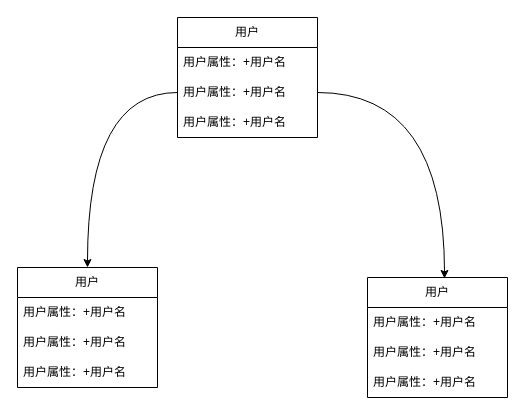
Before: 类图.drawio in qianjuanbing/draw, a draw.io diagram. Source tidied: cells renumbered, new cells numbered last; positions are measured from the earlier drawing's top-left corner, leaving out a move shared by most shapes. Both pictures are drawn from the tidied source at 100%, with x=0, y=0 at pixel (17, 17).
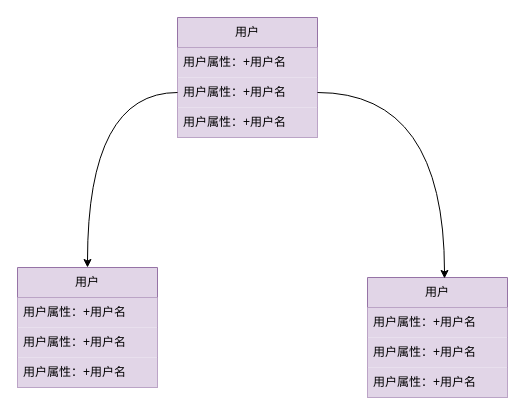
After the change.

What changed in the source:
```diff
@@
 <mxGraphModel>
   <root>
     <mxCell id="0" />
     <mxCell id="1" parent="0" />
-    <mxCell id="2" value="用户" style="swimlane;fontStyle=0;horizontal=1;startSize=30;whiteSpace=wrap;html=1;" parent="1" vertex="1">
+    <mxCell id="2" value="用户" style="swimlane;fontStyle=0;horizontal=1;startSize=30;whiteSpace=wrap;html=1;fillColor=#e1d5e7;strokeColor=#9673a6;" parent="1" vertex="1">
       <mxGeometry x="160" width="140" height="120" as="geometry" />
     </mxCell>
-    <mxCell id="3" value="用户属性：+用户名" style="text;strokeColor=none;fillColor=none;align=left;verticalAlign=middle;spacingLeft=4;spacingRight=4;overflow=hidden;whiteSpace=wrap;html=1;" parent="2" vertex="1">
+    <mxCell id="3" value="用户属性：+用户名" style="text;strokeColor=none;fillColor=#e1d5e7;align=left;verticalAlign=middle;spacingLeft=4;spacingRight=4;overflow=hidden;whiteSpace=wrap;html=1;" parent="2" vertex="1">
       <mxGeometry y="30" width="140" height="30" as="geometry" />
     </mxCell>
-    <mxCell id="4" value="用户属性：+用户名" style="text;strokeColor=none;fillColor=none;align=left;verticalAlign=middle;spacingLeft=4;spacingRight=4;overflow=hidden;points=[[0,0.5],[1,0.5]];portConstraint=eastwest;whiteSpace=wrap;html=1;" parent="2" vertex="1">
+    <mxCell id="4" value="用户属性：+用户名" style="text;strokeColor=none;fillColor=#e1d5e7;align=left;verticalAlign=middle;spacingLeft=4;spacingRight=4;overflow=hidden;points=[[0,0.5],[1,0.5]];portConstraint=eastwest;whiteSpace=wrap;html=1;" parent="2" vertex="1">
       <mxGeometry y="60" width="140" height="30" as="geometry" />
     </mxCell>
-    <mxCell id="5" value="用户属性：+用户名" style="text;strokeColor=none;fillColor=none;align=left;verticalAlign=middle;spacingLeft=4;spacingRight=4;overflow=hidden;whiteSpace=wrap;html=1;" parent="2" vertex="1">
+    <mxCell id="5" value="用户属性：+用户名" style="text;strokeColor=none;fillColor=#e1d5e7;align=left;verticalAlign=middle;spacingLeft=4;spacingRight=4;overflow=hidden;whiteSpace=wrap;html=1;" parent="2" vertex="1">
       <mxGeometry y="90" width="140" height="30" as="geometry" />
     </mxCell>
-    <mxCell id="6" value="用户" style="swimlane;fontStyle=0;horizontal=1;startSize=30;whiteSpace=wrap;html=1;" parent="1" vertex="1">
+    <mxCell id="6" value="用户" style="swimlane;fontStyle=0;horizontal=1;startSize=30;whiteSpace=wrap;html=1;fillColor=#e1d5e7;strokeColor=#9673a6;" parent="1" vertex="1">
       <mxGeometry y="250" width="140" height="120" as="geometry" />
     </mxCell>
-    <mxCell id="7" value="用户属性：+用户名" style="text;strokeColor=none;fillColor=none;align=left;verticalAlign=middle;spacingLeft=4;spacingRight=4;overflow=hidden;whiteSpace=wrap;html=1;" parent="6" vertex="1">
+    <mxCell id="7" value="用户属性：+用户名" style="text;strokeColor=none;fillColor=#e1d5e7;align=left;verticalAlign=middle;spacingLeft=4;spacingRight=4;overflow=hidden;whiteSpace=wrap;html=1;" parent="6" vertex="1">
       <mxGeometry y="30" width="140" height="30" as="geometry" />
     </mxCell>
-    <mxCell id="8" value="用户属性：+用户名" style="text;strokeColor=none;fillColor=none;align=left;verticalAlign=middle;spacingLeft=4;spacingRight=4;overflow=hidden;whiteSpace=wrap;html=1;" parent="6" vertex="1">
+    <mxCell id="8" value="用户属性：+用户名" style="text;strokeColor=none;fillColor=#e1d5e7;align=left;verticalAlign=middle;spacingLeft=4;spacingRight=4;overflow=hidden;whiteSpace=wrap;html=1;" parent="6" vertex="1">
       <mxGeometry y="60" width="140" height="30" as="geometry" />
     </mxCell>
-    <mxCell id="9" value="用户属性：+用户名" style="text;strokeColor=none;fillColor=none;align=left;verticalAlign=middle;spacingLeft=4;spacingRight=4;overflow=hidden;whiteSpace=wrap;html=1;" parent="6" vertex="1">
+    <mxCell id="9" value="用户属性：+用户名" style="text;strokeColor=none;fillColor=#e1d5e7;align=left;verticalAlign=middle;spacingLeft=4;spacingRight=4;overflow=hidden;whiteSpace=wrap;html=1;" parent="6" vertex="1">
       <mxGeometry y="90" width="140" height="30" as="geometry" />
     </mxCell>
-    <mxCell id="10" value="用户" style="swimlane;fontStyle=0;horizontal=1;startSize=30;whiteSpace=wrap;html=1;" parent="1" vertex="1">
+    <mxCell id="10" value="用户" style="swimlane;fontStyle=0;horizontal=1;startSize=30;whiteSpace=wrap;html=1;fillColor=#e1d5e7;strokeColor=#9673a6;" parent="1" vertex="1">
       <mxGeometry x="350" y="260" width="140" height="120" as="geometry" />
     </mxCell>
-    <mxCell id="11" value="用户属性：+用户名" style="text;strokeColor=none;fillColor=none;align=left;verticalAlign=middle;spacingLeft=4;spacingRight=4;overflow=hidden;whiteSpace=wrap;html=1;" parent="10" vertex="1">
+    <mxCell id="11" value="用户属性：+用户名" style="text;strokeColor=none;fillColor=#e1d5e7;align=left;verticalAlign=middle;spacingLeft=4;spacingRight=4;overflow=hidden;whiteSpace=wrap;html=1;" parent="10" vertex="1">
       <mxGeometry y="30" width="140" height="30" as="geometry" />
     </mxCell>
-    <mxCell id="12" value="用户属性：+用户名" style="text;strokeColor=none;fillColor=none;align=left;verticalAlign=middle;spacingLeft=4;spacingRight=4;overflow=hidden;whiteSpace=wrap;html=1;" parent="10" vertex="1">
+    <mxCell id="12" value="用户属性：+用户名" style="text;strokeColor=none;fillColor=#e1d5e7;align=left;verticalAlign=middle;spacingLeft=4;spacingRight=4;overflow=hidden;whiteSpace=wrap;html=1;" parent="10" vertex="1">
       <mxGeometry y="60" width="140" height="30" as="geometry" />
     </mxCell>
-    <mxCell id="13" value="用户属性：+用户名" style="text;strokeColor=none;fillColor=none;align=left;verticalAlign=middle;spacingLeft=4;spacingRight=4;overflow=hidden;whiteSpace=wrap;html=1;" parent="10" vertex="1">
+    <mxCell id="13" value="用户属性：+用户名" style="text;strokeColor=none;fillColor=#e1d5e7;align=left;verticalAlign=middle;spacingLeft=4;spacingRight=4;overflow=hidden;whiteSpace=wrap;html=1;" parent="10" vertex="1">
       <mxGeometry y="90" width="140" height="30" as="geometry" />
     </mxCell>
     <mxCell id="14" style="edgeStyle=orthogonalEdgeStyle;rounded=0;jettySize=auto;html=1;exitX=0;exitY=0.5;exitDx=0;exitDy=0;entryX=0.5;entryY=0;entryDx=0;entryDy=0;curved=1;" parent="1" edge="1" source="4" target="6">
       <mxGeometry relative="1" as="geometry" />
     </mxCell>
     <mxCell id="15" style="edgeStyle=orthogonalEdgeStyle;rounded=0;jettySize=auto;html=1;entryX=0.55;entryY=0.008;entryDx=0;entryDy=0;entryPerimeter=0;curved=1;" parent="1" edge="1" source="4" target="10">
       <mxGeometry relative="1" as="geometry" />
     </mxCell>
   </root>
 </mxGraphModel>
```
